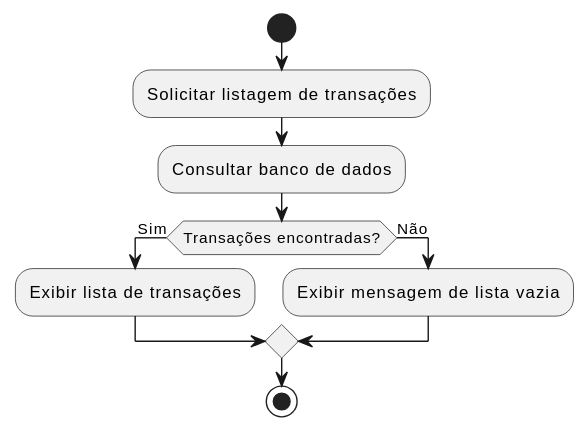
Above: specs/diagramas_atv/svg/uml_transacao_atv01.svg in Phenrique-sousa/APS-documents (PlantUML), before the change. The source it was exported from:
```plantuml
@startuml
start

:Solicitar listagem de transações;
:Consultar banco de dados;
if (Transações encontradas?) then (Sim)
  :Exibir lista de transações;
else (Não)
  :Exibir mensagem de lista vazia;
endif

stop
@enduml
```
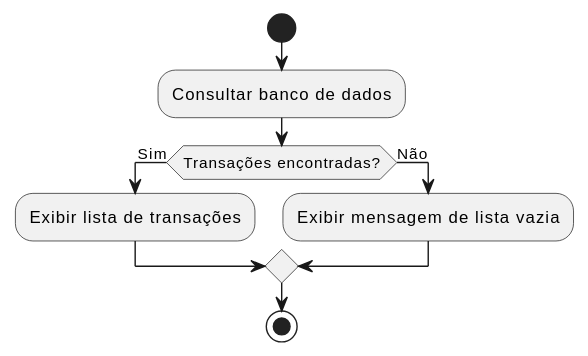
The same diagram one commit later.

Commit message:
Subindo mais diagramas

Diff of the diagram source:
```diff
@@ -1,7 +1,6 @@
 @startuml
 start
 
-:Solicitar listagem de transações;
 :Consultar banco de dados;
 if (Transações encontradas?) then (Sim)
   :Exibir lista de transações;
```
